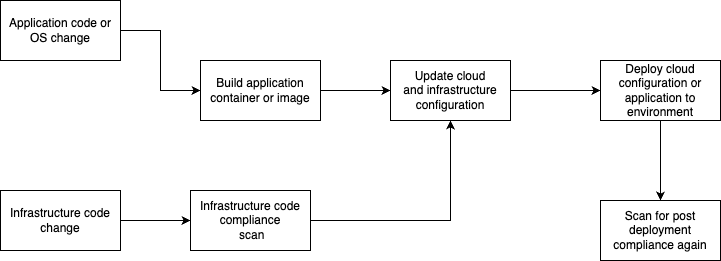
Earlier version of the draw.io export Exercise-5/DevSecOpsPipline.png (kvkv1997/Udacity-Cloud-Architect-P3). Source tidied: cells renumbered, new cells last; positions are measured from the earlier drawing's top-left corner, leaving out a move shared by most shapes.
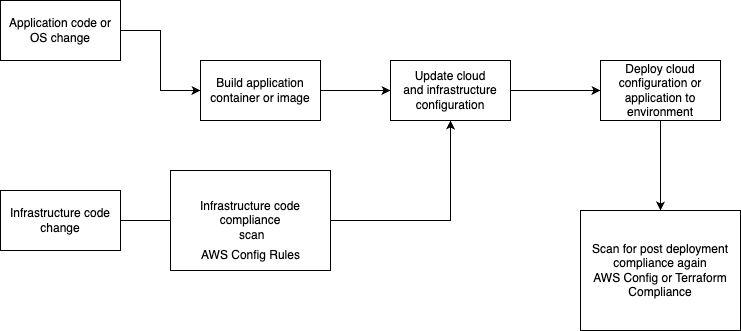
The same file after the commit.

What changed in the source:
```diff
@@ -34,14 +34,17 @@
     <mxCell id="11" value="Infrastructure code change" style="rounded=0;whiteSpace=wrap;html=1;" parent="1" vertex="1">
       <mxGeometry y="190" width="120" height="60" as="geometry" />
     </mxCell>
-    <mxCell id="12" value="Scan for post deployment compliance again" style="rounded=0;whiteSpace=wrap;html=1;" parent="1" vertex="1">
-      <mxGeometry x="600" y="200" width="120" height="60" as="geometry" />
+    <mxCell id="12" value="Scan for post deployment compliance again&lt;br&gt;AWS Config or Terraform Compliance" style="rounded=0;whiteSpace=wrap;html=1;" parent="1" vertex="1">
+      <mxGeometry x="580" y="210" width="160" height="120" as="geometry" />
     </mxCell>
     <mxCell id="13" style="edgeStyle=orthogonalEdgeStyle;rounded=0;jettySize=auto;html=1;entryX=0.5;entryY=1;entryDx=0;entryDy=0;" parent="1" edge="1" source="14" target="7">
       <mxGeometry relative="1" as="geometry" />
     </mxCell>
     <mxCell id="14" value="Infrastructure code compliance&lt;br&gt;&amp;nbsp;scan" style="rounded=0;whiteSpace=wrap;html=1;" parent="1" vertex="1">
-      <mxGeometry x="190" y="190" width="120" height="60" as="geometry" />
+      <mxGeometry x="170" y="170" width="160" height="100" as="geometry" />
     </mxCell>
+    <mxCell id="15" value="AWS Config Rules" style="text;html=1;align=center;verticalAlign=middle;strokeColor=none;fillColor=none;" parent="1" vertex="1">
+      <mxGeometry x="190" y="240" width="120" height="30" as="geometry" />
+    </mxCell>
   </root>
 </mxGraphModel>
```
